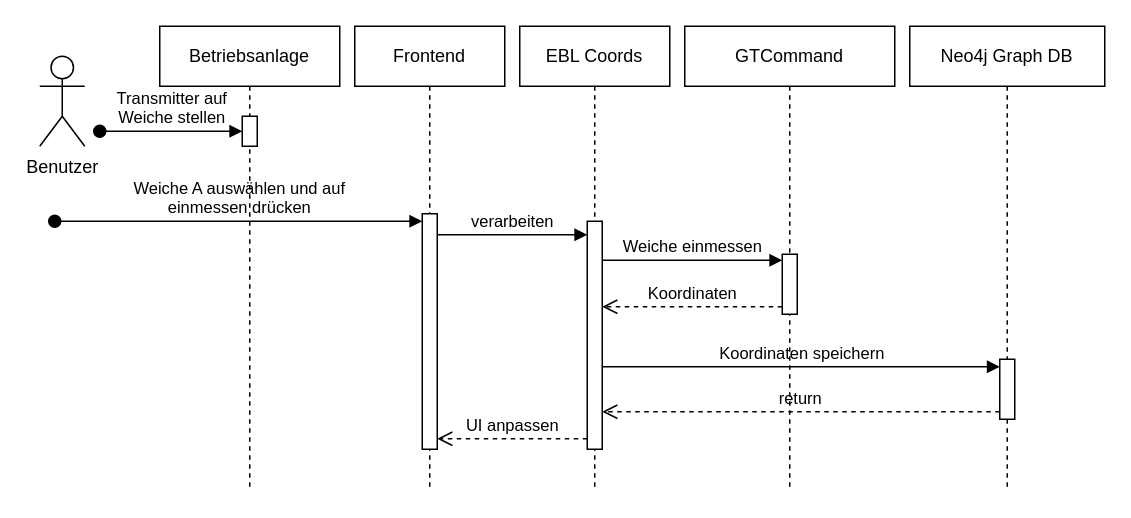
Earlier version of the draw.io diagram procedural/TopLevel_MeassureTrainswitch.drawio (pascalreiss/draw_io_stuff). Source tidied: cells renumbered, new cells numbered last; positions are measured from the earlier drawing's top-left corner, leaving out a move shared by most shapes. Both pictures are drawn from the tidied source at 150%, with x=0, y=0 at pixel (39, 26).
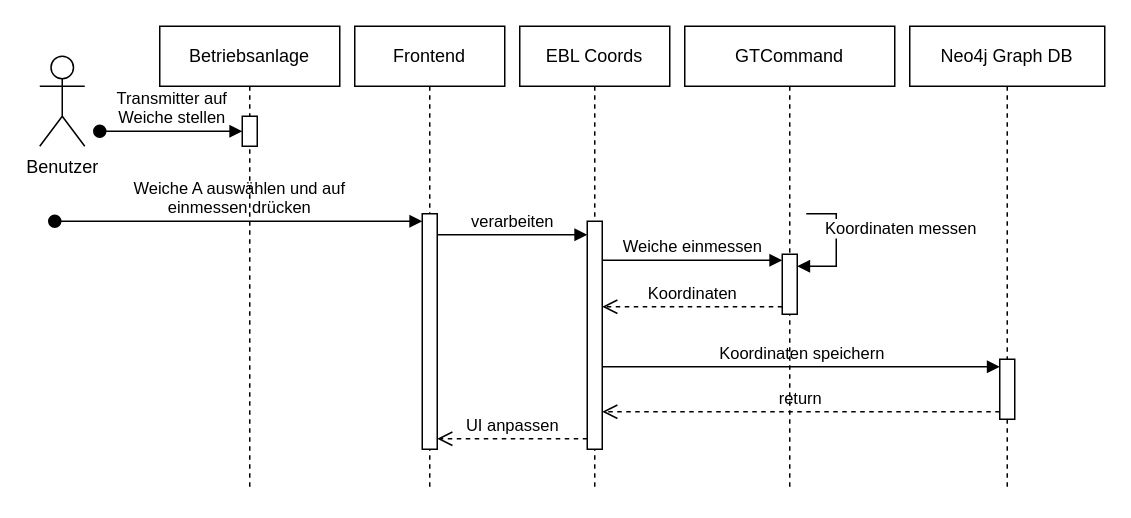
The same diagram, later.

The change refers to these unchanged cells:
```xml
<mxCell id="17" style="html=1;points=[[0,0,0,0,5],[0,1,0,0,-5],[1,0,0,0,5],[1,1,0,0,-5]];perimeter=orthogonalPerimeter;outlineConnect=0;targetShapes=umlLifeline;portConstraint=eastwest;newEdgeStyle={&quot;curved&quot;:0,&quot;rounded&quot;:0};" parent="16" vertex="1">
  <mxGeometry x="65" y="152" width="10" height="40" as="geometry" />
</mxCell>
```

Change to the diagram source:
```diff
@@
+    <mxCell id="21" value="Koordinaten messen" style="html=1;align=left;spacingLeft=2;endArrow=block;rounded=0;edgeStyle=orthogonalEdgeStyle;curved=0;rounded=0;" parent="1" edge="1" target="17">
+      <mxGeometry x="-0.78" y="-10" relative="1" as="geometry">
+        <mxPoint x="511" y="125" as="sourcePoint" />
+        <Array as="points">
+          <mxPoint x="531" y="125" />
+          <mxPoint x="531" y="160" />
+        </Array>
+      </mxGeometry>
+    </mxCell>
```
